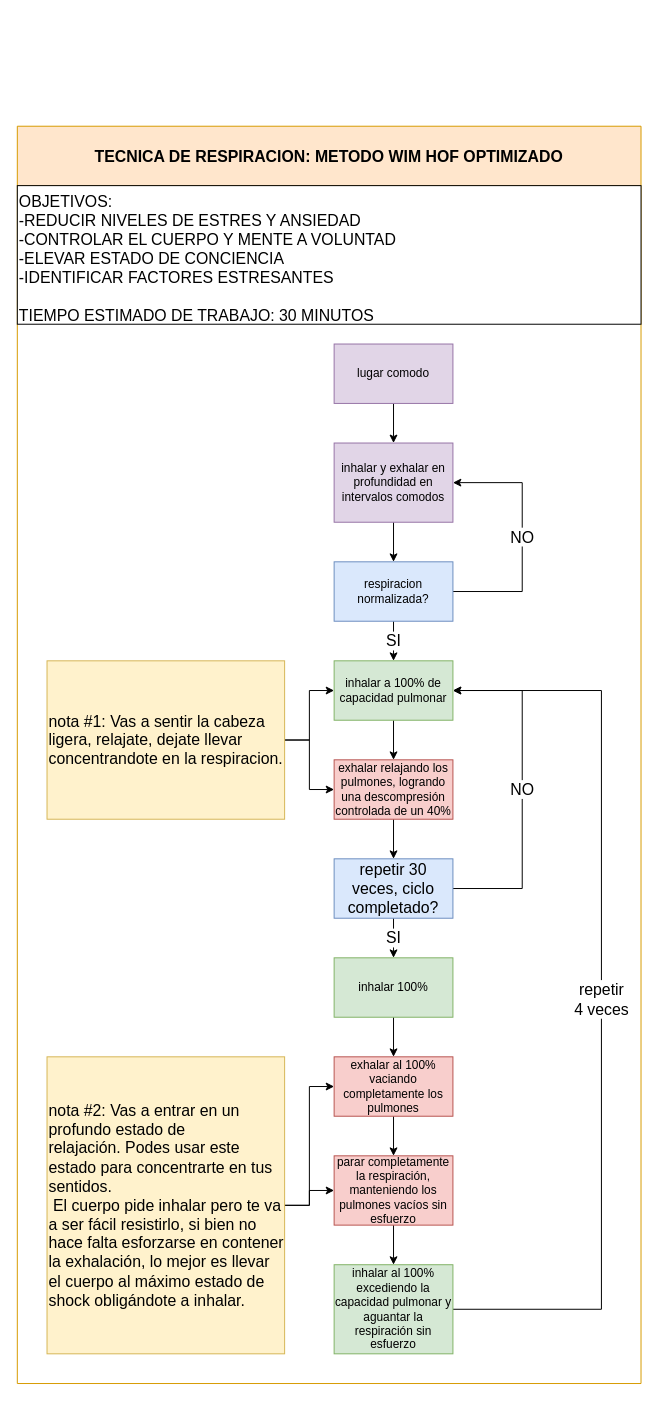
marsex/workbench keeps this draw.io diagram as design_files/respiraciones poggers.drawio. Above is the earlier version. Source tidied: cells renumbered, new cells numbered last; positions are measured from the earlier drawing's top-left corner, leaving out a move shared by most shapes. Both pictures are drawn from the tidied source at 99%, with x=0, y=0 at pixel (17, 126).
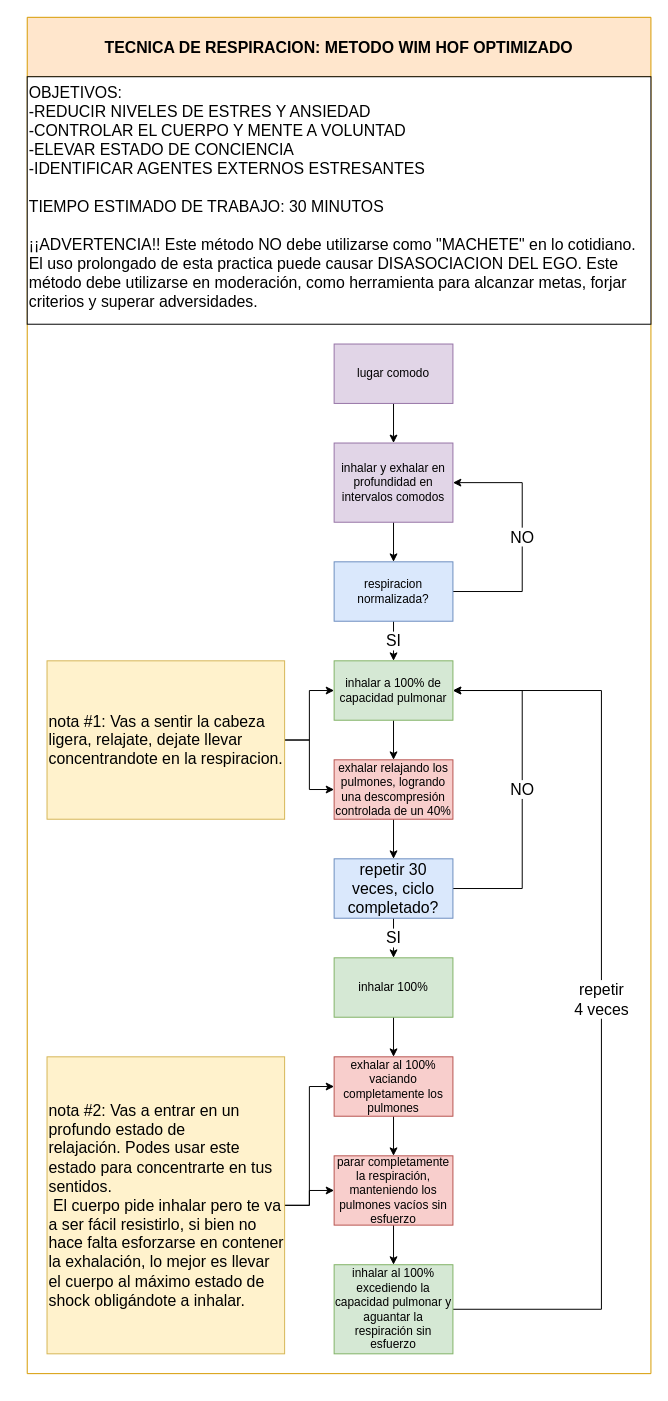
Above is the later version.

The edit, as a diff of the source:
```diff
@@
     <mxCell id="30" value="TECNICA DE RESPIRACION: METODO WIM HOF OPTIMIZADO" style="swimlane;fontSize=16;align=center;fillColor=#ffe6cc;strokeColor=#d79b00;startSize=60;" parent="1" vertex="1">
-      <mxGeometry width="630" height="1270" as="geometry" />
+      <mxGeometry x="10" y="-110" width="630" height="1370" as="geometry" />
     </mxCell>
-    <mxCell id="31" value="OBJETIVOS: &lt;br&gt;-REDUCIR NIVELES DE ESTRES Y ANSIEDAD&lt;br&gt;-CONTROLAR EL CUERPO Y MENTE A VOLUNTAD&lt;br&gt;-ELEVAR ESTADO DE CONCIENCIA&lt;br&gt;-IDENTIFICAR FACTORES ESTRESANTES&lt;br&gt;&lt;br&gt;TIEMPO ESTIMADO DE TRABAJO: 30 MINUTOS" style="rounded=0;whiteSpace=wrap;html=1;fontSize=16;align=left;verticalAlign=top;" parent="30" vertex="1">
-      <mxGeometry y="60" width="630" height="140" as="geometry" />
+    <mxCell id="31" value="OBJETIVOS: &lt;br&gt;-REDUCIR NIVELES DE ESTRES Y ANSIEDAD&lt;br&gt;-CONTROLAR EL CUERPO Y MENTE A VOLUNTAD&lt;br&gt;-ELEVAR ESTADO DE CONCIENCIA&lt;br&gt;-IDENTIFICAR AGENTES EXTERNOS ESTRESANTES&lt;br&gt;&lt;br&gt;TIEMPO ESTIMADO DE TRABAJO: 30 MINUTOS&lt;br&gt;&lt;br&gt;¡¡ADVERTENCIA!! Este método NO debe utilizarse como &quot;MACHETE&quot; en lo cotidiano. El uso prolongado de esta practica puede causar DISASOCIACION DEL EGO. Este método debe utilizarse en moderación, como herramienta para alcanzar metas, forjar criterios y superar adversidades." style="rounded=0;whiteSpace=wrap;html=1;fontSize=16;align=left;verticalAlign=top;" parent="30" vertex="1">
+      <mxGeometry y="60" width="630" height="250" as="geometry" />
     </mxCell>
```
